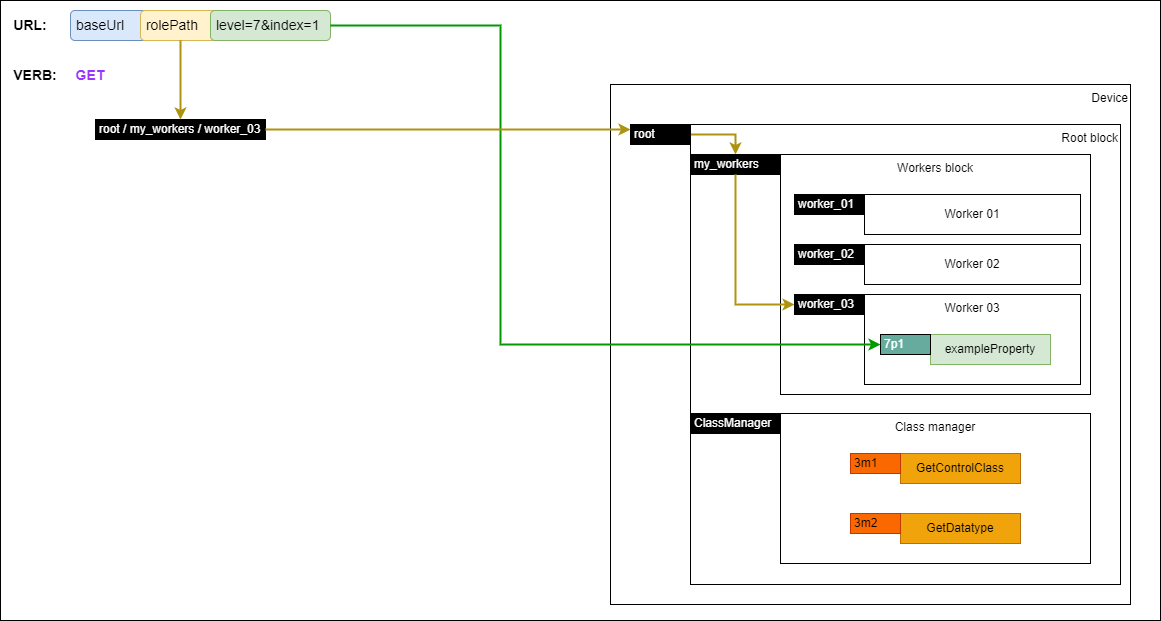
Earlier version of the draw.io export docs/images/getting-a-property.png (AMWA-TV/is-device-configuration). Source tidied: cells renumbered, new cells last; positions are measured from the earlier drawing's top-left corner, leaving out a move shared by most shapes. The source it was exported from:
```xml
<mxGraphModel>
  <root>
    <mxCell id="0" />
    <mxCell id="1" parent="0" />
    <mxCell id="2" style="rounded=0;whiteSpace=wrap;html=1;" parent="1" vertex="1">
      <mxGeometry width="1160" height="620" as="geometry" />
    </mxCell>
    <mxCell id="3" value="Device" style="rounded=0;whiteSpace=wrap;html=1;align=right;verticalAlign=top;" parent="1" vertex="1">
      <mxGeometry x="610" y="84" width="520" height="520" as="geometry" />
    </mxCell>
    <mxCell id="4" value="&lt;div&gt;Root block&lt;br&gt;&lt;/div&gt;" style="rounded=0;whiteSpace=wrap;html=1;align=right;verticalAlign=top;" parent="1" vertex="1">
      <mxGeometry x="690" y="124" width="430" height="460" as="geometry" />
    </mxCell>
    <mxCell id="5" value="Workers block" style="rounded=0;whiteSpace=wrap;html=1;verticalAlign=top;" parent="1" vertex="1">
      <mxGeometry x="780" y="154" width="310" height="240" as="geometry" />
    </mxCell>
    <mxCell id="6" value="Worker 01" style="rounded=0;whiteSpace=wrap;html=1;" parent="1" vertex="1">
      <mxGeometry x="864" y="194" width="216" height="40" as="geometry" />
    </mxCell>
    <mxCell id="7" value="Worker 02" style="rounded=0;whiteSpace=wrap;html=1;" parent="1" vertex="1">
      <mxGeometry x="864" y="244" width="216" height="40" as="geometry" />
    </mxCell>
    <mxCell id="8" value="Worker 03" style="rounded=0;whiteSpace=wrap;html=1;verticalAlign=top;" parent="1" vertex="1">
      <mxGeometry x="864" y="294" width="216" height="90" as="geometry" />
    </mxCell>
    <mxCell id="9" style="edgeStyle=orthogonalEdgeStyle;rounded=0;jettySize=auto;html=1;exitX=1;exitY=0.5;exitDx=0;exitDy=0;fontColor=#000000;strokeColor=#ae930f;strokeWidth=2;" parent="1" edge="1" source="10" target="11">
      <mxGeometry relative="1" as="geometry" />
    </mxCell>
    <mxCell id="10" value="root" style="rounded=0;whiteSpace=wrap;html=1;align=left;fillColor=#000000;fontColor=#FFFFFF;spacingLeft=2;" parent="1" vertex="1">
      <mxGeometry x="630" y="124" width="60" height="20" as="geometry" />
    </mxCell>
    <mxCell id="11" value="my_workers" style="rounded=0;whiteSpace=wrap;html=1;align=left;fillColor=#000000;fontColor=#FFFFFF;spacingLeft=2;" parent="1" vertex="1">
      <mxGeometry x="690" y="154" width="90" height="20" as="geometry" />
    </mxCell>
    <mxCell id="12" value="worker_01" style="rounded=0;whiteSpace=wrap;html=1;align=left;fillColor=#000000;fontColor=#FFFFFF;spacingLeft=2;" parent="1" vertex="1">
      <mxGeometry x="794" y="194" width="70" height="20" as="geometry" />
    </mxCell>
    <mxCell id="13" value="exampleProperty" style="rounded=0;whiteSpace=wrap;html=1;fillColor=#d5e8d4;strokeColor=#82b366;fontColor=default;" parent="1" vertex="1">
      <mxGeometry x="930" y="334" width="120" height="30" as="geometry" />
    </mxCell>
    <mxCell id="14" value="7p1" style="rounded=0;whiteSpace=wrap;html=1;align=left;fillColor=#67AB9F;fontColor=#FFFFFF;spacingLeft=2;" parent="1" vertex="1">
      <mxGeometry x="880" y="334" width="50" height="20" as="geometry" />
    </mxCell>
    <mxCell id="15" value="Class manager" style="rounded=0;whiteSpace=wrap;html=1;verticalAlign=top;" parent="1" vertex="1">
      <mxGeometry x="780" y="413" width="310" height="150" as="geometry" />
    </mxCell>
    <mxCell id="16" value="ClassManager" style="rounded=0;whiteSpace=wrap;html=1;align=left;fillColor=#000000;fontColor=#FFFFFF;spacingLeft=2;" parent="1" vertex="1">
      <mxGeometry x="690" y="413" width="90" height="20" as="geometry" />
    </mxCell>
    <mxCell id="17" value="worker_02" style="rounded=0;whiteSpace=wrap;html=1;align=left;fillColor=#000000;fontColor=#FFFFFF;spacingLeft=2;" parent="1" vertex="1">
      <mxGeometry x="794" y="244" width="70" height="20" as="geometry" />
    </mxCell>
    <mxCell id="18" value="GetControlClass" style="rounded=0;whiteSpace=wrap;html=1;fillColor=#f0a30a;strokeColor=#BD7000;fontColor=#000000;" parent="1" vertex="1">
      <mxGeometry x="900" y="453" width="120" height="30" as="geometry" />
    </mxCell>
    <mxCell id="19" value="3m1" style="rounded=0;whiteSpace=wrap;html=1;align=left;fillColor=#fa6800;fontColor=#000000;spacingLeft=2;strokeColor=#C73500;" parent="1" vertex="1">
      <mxGeometry x="850" y="453" width="50" height="20" as="geometry" />
    </mxCell>
    <mxCell id="20" value="GetDatatype" style="rounded=0;whiteSpace=wrap;html=1;fillColor=#f0a30a;strokeColor=#BD7000;fontColor=#000000;" parent="1" vertex="1">
      <mxGeometry x="900" y="513" width="120" height="30" as="geometry" />
    </mxCell>
    <mxCell id="21" value="3m2" style="rounded=0;whiteSpace=wrap;html=1;align=left;fillColor=#fa6800;fontColor=#000000;spacingLeft=2;strokeColor=#C73500;" parent="1" vertex="1">
      <mxGeometry x="850" y="513" width="50" height="20" as="geometry" />
    </mxCell>
    <mxCell id="22" value="&amp;nbsp;baseUrl" style="rounded=1;whiteSpace=wrap;html=1;align=left;fontSize=14;fillColor=#dae8fc;strokeColor=#6c8ebf;" parent="1" vertex="1">
      <mxGeometry x="70" y="10" width="90" height="30" as="geometry" />
    </mxCell>
    <mxCell id="23" value="&amp;nbsp;rolePath" style="rounded=1;whiteSpace=wrap;html=1;align=left;fontSize=14;fillColor=#fff2cc;strokeColor=#d6b656;" parent="1" vertex="1">
      <mxGeometry x="140" y="10" width="80" height="30" as="geometry" />
    </mxCell>
    <mxCell id="24" value="&amp;nbsp;level=7&amp;amp;index=1" style="rounded=1;whiteSpace=wrap;html=1;align=left;fontSize=14;fillColor=#d5e8d4;strokeColor=#82b366;" parent="1" vertex="1">
      <mxGeometry x="210" y="10" width="120" height="30" as="geometry" />
    </mxCell>
    <mxCell id="25" value="URL:" style="text;html=1;strokeColor=none;fillColor=none;align=center;verticalAlign=middle;whiteSpace=wrap;rounded=0;fontStyle=1;fontSize=14;" parent="1" vertex="1">
      <mxGeometry x="10" y="10" width="40" height="30" as="geometry" />
    </mxCell>
    <mxCell id="26" value="VERB:" style="text;html=1;strokeColor=none;fillColor=none;align=center;verticalAlign=middle;whiteSpace=wrap;rounded=0;fontStyle=1;fontSize=14;" parent="1" vertex="1">
      <mxGeometry x="10" y="60" width="50" height="30" as="geometry" />
    </mxCell>
    <mxCell id="27" value="GET" style="text;html=1;strokeColor=none;fillColor=none;align=center;verticalAlign=middle;whiteSpace=wrap;rounded=0;fontStyle=1;fontSize=14;fontColor=#9933FF;" parent="1" vertex="1">
      <mxGeometry x="70" y="60" width="40" height="30" as="geometry" />
    </mxCell>
    <mxCell id="28" value="root / my_workers / worker_03" style="rounded=0;whiteSpace=wrap;html=1;align=left;fillColor=#000000;fontColor=#FFFFFF;spacingLeft=2;" parent="1" vertex="1">
      <mxGeometry x="95" y="119" width="170" height="20" as="geometry" />
    </mxCell>
    <mxCell id="29" style="edgeStyle=orthogonalEdgeStyle;rounded=0;jettySize=auto;html=1;exitX=0.5;exitY=1;exitDx=0;exitDy=0;fontColor=#000000;strokeColor=#ae930f;strokeWidth=2;entryX=0;entryY=0.5;entryDx=0;entryDy=0;" parent="1" edge="1" source="11" target="30">
      <mxGeometry relative="1" as="geometry" />
    </mxCell>
    <mxCell id="30" value="worker_03" style="rounded=0;whiteSpace=wrap;html=1;align=left;fillColor=#000000;fontColor=#FFFFFF;spacingLeft=2;" parent="1" vertex="1">
      <mxGeometry x="794" y="294" width="70" height="20" as="geometry" />
    </mxCell>
    <mxCell id="31" style="edgeStyle=orthogonalEdgeStyle;rounded=0;jettySize=auto;html=1;exitX=1;exitY=0.5;exitDx=0;exitDy=0;fontColor=#000000;strokeColor=#009900;strokeWidth=2;entryX=0;entryY=0.5;entryDx=0;entryDy=0;" parent="1" edge="1" source="24" target="14">
      <mxGeometry relative="1" as="geometry">
        <Array as="points">
          <mxPoint x="500" y="25" />
          <mxPoint x="500" y="344" />
        </Array>
      </mxGeometry>
    </mxCell>
    <mxCell id="32" style="edgeStyle=orthogonalEdgeStyle;rounded=0;jettySize=auto;html=1;exitX=1;exitY=0.5;exitDx=0;exitDy=0;fontColor=#000000;strokeColor=#ae930f;entryX=0;entryY=0.25;entryDx=0;entryDy=0;strokeWidth=2;" parent="1" edge="1" source="28" target="10">
      <mxGeometry relative="1" as="geometry">
        <Array as="points">
          <mxPoint x="265" y="129" />
        </Array>
      </mxGeometry>
    </mxCell>
    <mxCell id="33" style="edgeStyle=orthogonalEdgeStyle;rounded=0;jettySize=auto;html=1;fontColor=#000000;strokeColor=#ae930f;entryX=0.5;entryY=0;entryDx=0;entryDy=0;strokeWidth=2;" parent="1" edge="1" source="23" target="28">
      <mxGeometry relative="1" as="geometry" />
    </mxCell>
  </root>
</mxGraphModel>
```
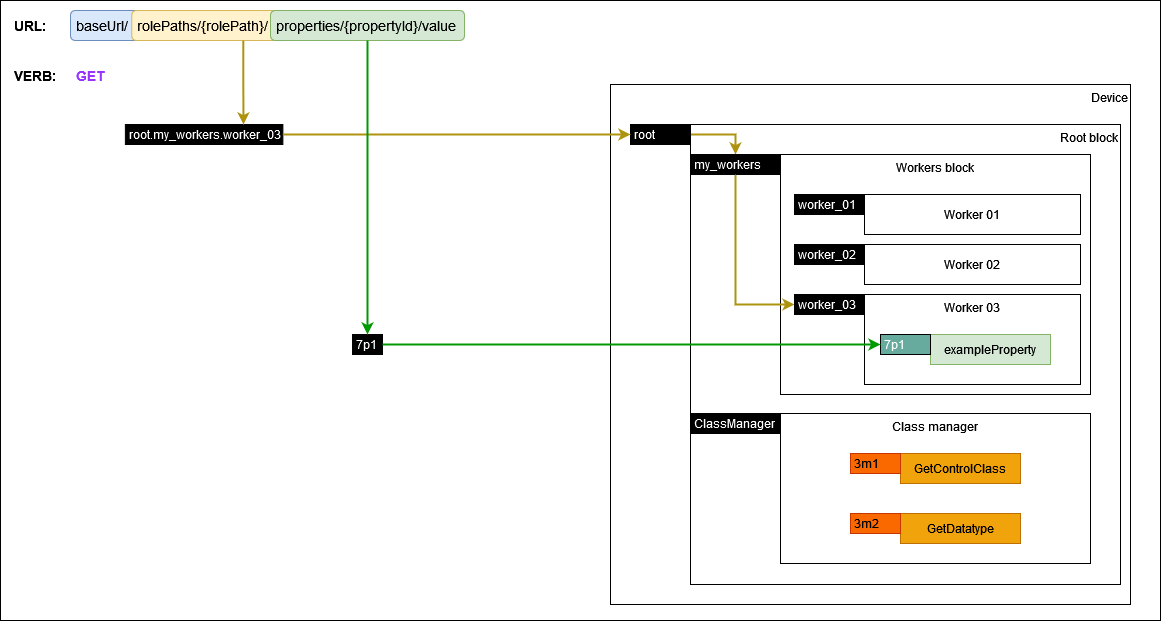
After the change.

The edit, as a diff of the source:
```diff
@@ -62,14 +62,14 @@
     <mxCell id="21" value="3m2" style="rounded=0;whiteSpace=wrap;html=1;align=left;fillColor=#fa6800;fontColor=#000000;spacingLeft=2;strokeColor=#C73500;" parent="1" vertex="1">
       <mxGeometry x="850" y="513" width="50" height="20" as="geometry" />
     </mxCell>
-    <mxCell id="22" value="&amp;nbsp;baseUrl" style="rounded=1;whiteSpace=wrap;html=1;align=left;fontSize=14;fillColor=#dae8fc;strokeColor=#6c8ebf;" parent="1" vertex="1">
+    <mxCell id="22" value="&amp;nbsp;baseUrl/" style="rounded=1;whiteSpace=wrap;html=1;align=left;fontSize=14;fillColor=#dae8fc;strokeColor=#6c8ebf;" parent="1" vertex="1">
       <mxGeometry x="70" y="10" width="90" height="30" as="geometry" />
     </mxCell>
-    <mxCell id="23" value="&amp;nbsp;rolePath" style="rounded=1;whiteSpace=wrap;html=1;align=left;fontSize=14;fillColor=#fff2cc;strokeColor=#d6b656;" parent="1" vertex="1">
-      <mxGeometry x="140" y="10" width="80" height="30" as="geometry" />
+    <mxCell id="23" value="&amp;nbsp;rolePaths/{rolePath}/" style="rounded=1;whiteSpace=wrap;html=1;align=left;fontSize=14;fillColor=#fff2cc;strokeColor=#d6b656;" parent="1" vertex="1">
+      <mxGeometry x="131.2" y="10" width="148.8" height="30" as="geometry" />
     </mxCell>
-    <mxCell id="24" value="&amp;nbsp;level=7&amp;amp;index=1" style="rounded=1;whiteSpace=wrap;html=1;align=left;fontSize=14;fillColor=#d5e8d4;strokeColor=#82b366;" parent="1" vertex="1">
-      <mxGeometry x="210" y="10" width="120" height="30" as="geometry" />
+    <mxCell id="24" value="&amp;nbsp;properties/{propertyId}/value" style="rounded=1;whiteSpace=wrap;html=1;align=left;fontSize=14;fillColor=#d5e8d4;strokeColor=#82b366;" parent="1" vertex="1">
+      <mxGeometry x="270" y="10" width="194" height="30" as="geometry" />
     </mxCell>
     <mxCell id="25" value="URL:" style="text;html=1;strokeColor=none;fillColor=none;align=center;verticalAlign=middle;whiteSpace=wrap;rounded=0;fontStyle=1;fontSize=14;" parent="1" vertex="1">
       <mxGeometry x="10" y="10" width="40" height="30" as="geometry" />
@@ -80,8 +80,8 @@
     <mxCell id="27" value="GET" style="text;html=1;strokeColor=none;fillColor=none;align=center;verticalAlign=middle;whiteSpace=wrap;rounded=0;fontStyle=1;fontSize=14;fontColor=#9933FF;" parent="1" vertex="1">
       <mxGeometry x="70" y="60" width="40" height="30" as="geometry" />
     </mxCell>
-    <mxCell id="28" value="root / my_workers / worker_03" style="rounded=0;whiteSpace=wrap;html=1;align=left;fillColor=#000000;fontColor=#FFFFFF;spacingLeft=2;" parent="1" vertex="1">
-      <mxGeometry x="95" y="119" width="170" height="20" as="geometry" />
+    <mxCell id="28" value="root.my_workers.worker_03" style="rounded=0;whiteSpace=wrap;html=1;align=left;fillColor=#000000;fontColor=#FFFFFF;spacingLeft=2;" parent="1" vertex="1">
+      <mxGeometry x="124.9" y="124" width="157.5" height="20" as="geometry" />
     </mxCell>
     <mxCell id="29" style="edgeStyle=orthogonalEdgeStyle;rounded=0;jettySize=auto;html=1;exitX=0.5;exitY=1;exitDx=0;exitDy=0;fontColor=#000000;strokeColor=#ae930f;strokeWidth=2;entryX=0;entryY=0.5;entryDx=0;entryDy=0;" parent="1" edge="1" source="11" target="30">
       <mxGeometry relative="1" as="geometry" />
@@ -89,23 +89,20 @@
     <mxCell id="30" value="worker_03" style="rounded=0;whiteSpace=wrap;html=1;align=left;fillColor=#000000;fontColor=#FFFFFF;spacingLeft=2;" parent="1" vertex="1">
       <mxGeometry x="794" y="294" width="70" height="20" as="geometry" />
     </mxCell>
-    <mxCell id="31" style="edgeStyle=orthogonalEdgeStyle;rounded=0;jettySize=auto;html=1;exitX=1;exitY=0.5;exitDx=0;exitDy=0;fontColor=#000000;strokeColor=#009900;strokeWidth=2;entryX=0;entryY=0.5;entryDx=0;entryDy=0;" parent="1" edge="1" source="24" target="14">
-      <mxGeometry relative="1" as="geometry">
-        <Array as="points">
-          <mxPoint x="500" y="25" />
-          <mxPoint x="500" y="344" />
-        </Array>
-      </mxGeometry>
-    </mxCell>
+    <mxCell id="33" style="edgeStyle=orthogonalEdgeStyle;rounded=0;jettySize=auto;html=1;fontColor=#000000;strokeColor=#ae930f;entryX=0.75;entryY=0;entryDx=0;entryDy=0;strokeWidth=2;exitX=0.75;exitY=1;exitDx=0;exitDy=0;" parent="1" edge="1" source="23" target="28">
+      <mxGeometry relative="1" as="geometry" />
+    </mxCell>
-    <mxCell id="32" style="edgeStyle=orthogonalEdgeStyle;rounded=0;jettySize=auto;html=1;exitX=1;exitY=0.5;exitDx=0;exitDy=0;fontColor=#000000;strokeColor=#ae930f;entryX=0;entryY=0.25;entryDx=0;entryDy=0;strokeWidth=2;" parent="1" edge="1" source="28" target="10">
-      <mxGeometry relative="1" as="geometry">
-        <Array as="points">
-          <mxPoint x="265" y="129" />
-        </Array>
-      </mxGeometry>
+    <mxCell id="32" style="edgeStyle=orthogonalEdgeStyle;rounded=0;jettySize=auto;html=1;fontColor=#000000;strokeColor=#ae930f;entryX=0;entryY=0.5;entryDx=0;entryDy=0;strokeWidth=2;exitX=1;exitY=0.5;exitDx=0;exitDy=0;" parent="1" edge="1" source="28" target="10">
+      <mxGeometry relative="1" as="geometry" />
     </mxCell>
-    <mxCell id="33" style="edgeStyle=orthogonalEdgeStyle;rounded=0;jettySize=auto;html=1;fontColor=#000000;strokeColor=#ae930f;entryX=0.5;entryY=0;entryDx=0;entryDy=0;strokeWidth=2;" parent="1" edge="1" source="23" target="28">
-      <mxGeometry relative="1" as="geometry" />
-    </mxCell>
+    <mxCell id="34" value="7p1" style="rounded=0;whiteSpace=wrap;html=1;align=left;fillColor=#000000;fontColor=#FFFFFF;spacingLeft=2;" parent="1" vertex="1">
+      <mxGeometry x="352" y="334" width="30" height="20" as="geometry" />
+    </mxCell>
+    <mxCell id="35" style="edgeStyle=orthogonalEdgeStyle;rounded=0;jettySize=auto;html=1;exitX=0.5;exitY=1;exitDx=0;exitDy=0;fontColor=#000000;strokeColor=#009900;strokeWidth=2;entryX=0.5;entryY=0;entryDx=0;entryDy=0;" parent="1" edge="1" source="24" target="34">
+      <mxGeometry relative="1" as="geometry" />
+    </mxCell>
+    <mxCell id="36" style="edgeStyle=orthogonalEdgeStyle;rounded=0;jettySize=auto;html=1;exitX=1;exitY=0.5;exitDx=0;exitDy=0;fontColor=#000000;strokeColor=#009900;strokeWidth=2;entryX=0;entryY=0.5;entryDx=0;entryDy=0;" parent="1" edge="1" source="34" target="14">
+      <mxGeometry relative="1" as="geometry" />
+    </mxCell>
   </root>
 </mxGraphModel>
```
